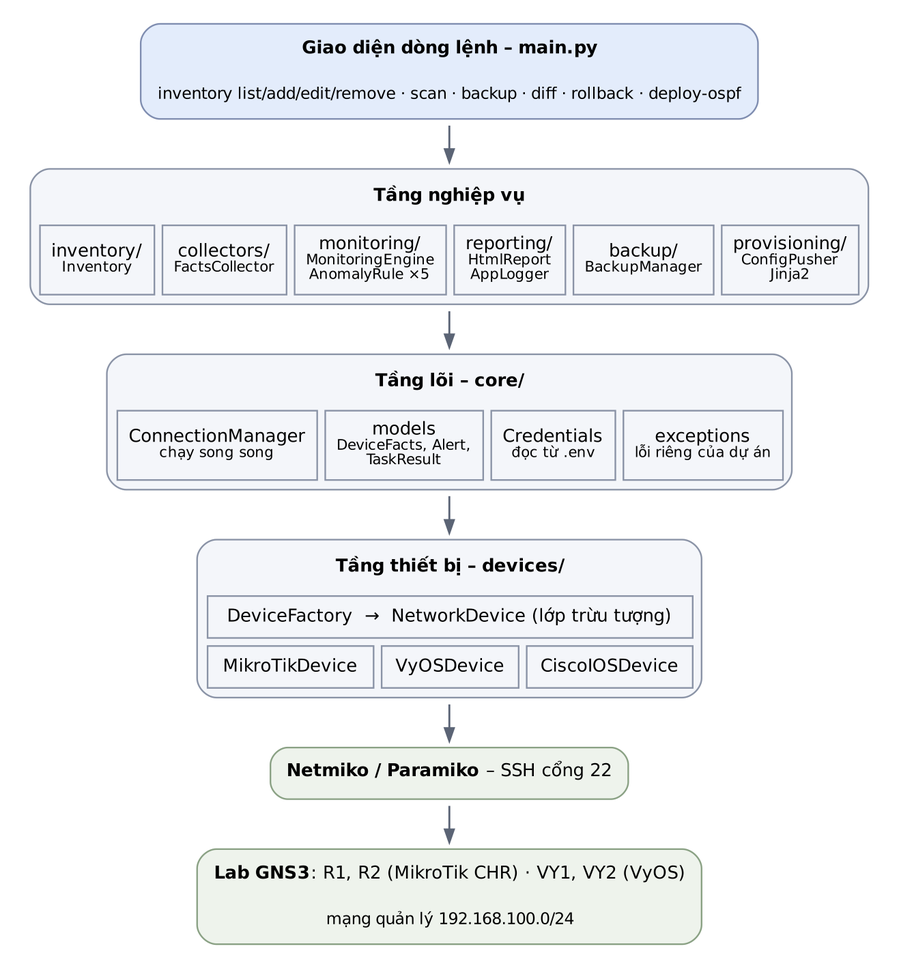
The Graphviz diagram docs/diagrams/architecture.png in nhat-thang/network-inventory-monitor, before a commit. Its source is kept beside it as docs/diagrams/architecture.dot.
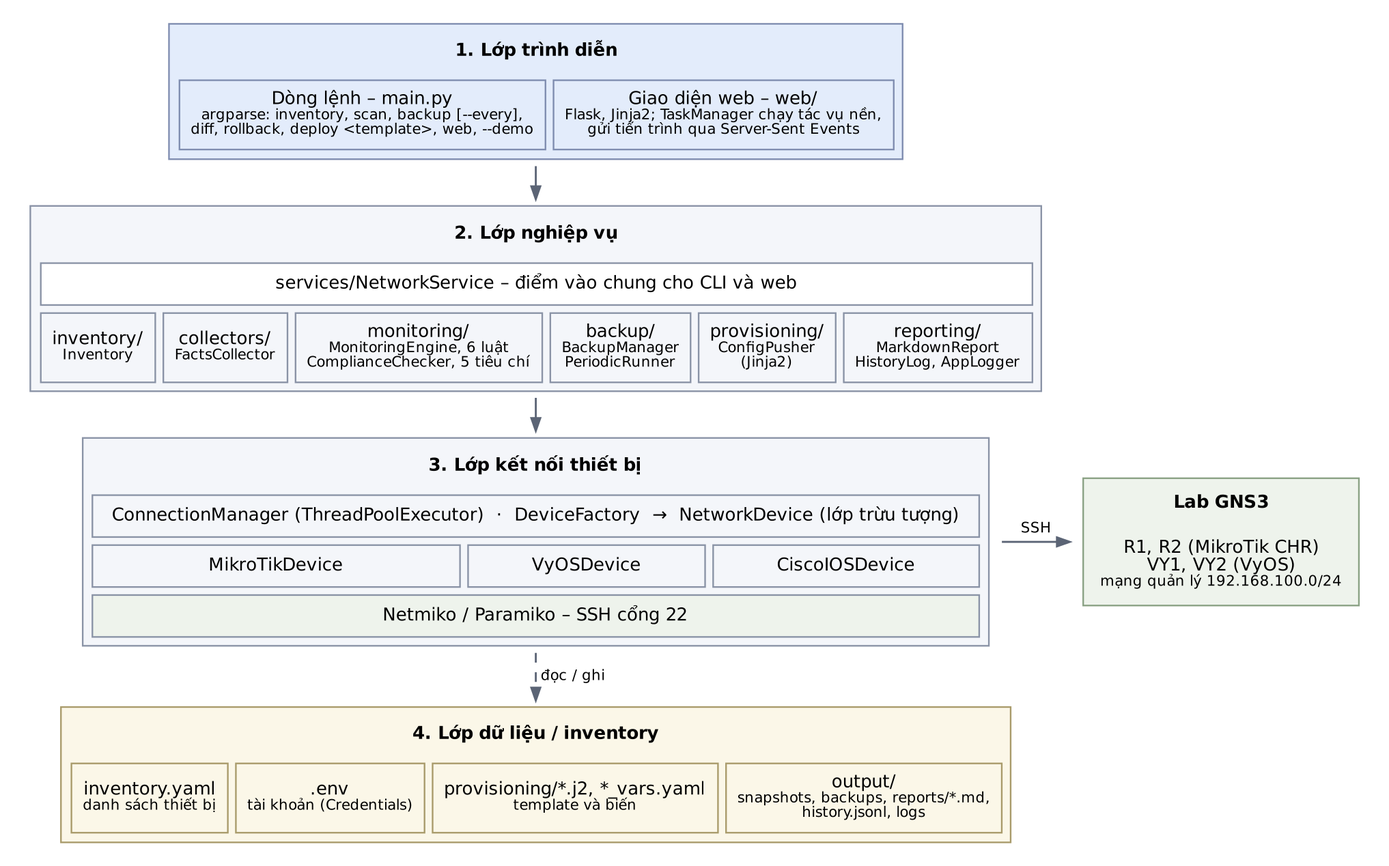
Later version of the same file.

Diff of the diagram source:
```diff
@@ -1,39 +1,41 @@
 digraph G {
-  graph [rankdir=TB, fontname="DejaVu Sans", ranksep=0.32, bgcolor="white", pad=0.15];
+  graph [rankdir=TB, fontname="DejaVu Sans", ranksep=0.28, bgcolor="white", pad=0.15];
   node  [shape=plaintext, fontname="DejaVu Sans", fontsize=11];
   edge  [color="#5b6475", arrowsize=0.8, penwidth=1.2];
 
-  cli [label=<<table border="1" cellborder="0" cellpadding="7" bgcolor="#e3ecfb" color="#7f8db0" style="rounded">
-    <tr><td><b>Giao diện dòng lệnh – main.py</b></td></tr>
-    <tr><td><font point-size="10">inventory list/add/edit/remove · scan · backup · diff · rollback · deploy-ospf</font></td></tr></table>>];
+  pres [label=<<table border="1" cellborder="1" cellspacing="5" cellpadding="6" bgcolor="#e3ecfb" color="#7f8db0">
+    <tr><td colspan="2" border="0"><b>1. Lớp trình diễn</b></td></tr>
+    <tr><td>Dòng lệnh – main.py<br/><font point-size="9">argparse: inventory, scan, backup [--every],<br/>diff, rollback, deploy &lt;template&gt;, web, --demo</font></td>
+        <td>Giao diện web – web/<br/><font point-size="9">Flask, Jinja2; TaskManager chạy tác vụ nền,<br/>gửi tiến trình qua Server-Sent Events</font></td></tr></table>>];
 
-  app [label=<<table border="1" cellborder="1" cellspacing="5" cellpadding="6" bgcolor="#f4f6fa" color="#8a93a6" style="rounded">
-    <tr><td colspan="6" border="0"><b>Tầng nghiệp vụ</b></td></tr>
+  biz [label=<<table border="1" cellborder="1" cellspacing="5" cellpadding="6" bgcolor="#f4f6fa" color="#8a93a6">
+    <tr><td colspan="6" border="0"><b>2. Lớp nghiệp vụ</b></td></tr>
+    <tr><td colspan="6" bgcolor="#ffffff">services/NetworkService – điểm vào chung cho CLI và web</td></tr>
     <tr><td>inventory/<br/><font point-size="9">Inventory</font></td>
         <td>collectors/<br/><font point-size="9">FactsCollector</font></td>
-        <td>monitoring/<br/><font point-size="9">MonitoringEngine<br/>AnomalyRule ×5</font></td>
-        <td>reporting/<br/><font point-size="9">HtmlReport<br/>AppLogger</font></td>
-        <td>backup/<br/><font point-size="9">BackupManager</font></td>
-        <td>provisioning/<br/><font point-size="9">ConfigPusher<br/>Jinja2</font></td></tr></table>>];
+        <td>monitoring/<br/><font point-size="9">MonitoringEngine, 6 luật<br/>ComplianceChecker, 5 tiêu chí</font></td>
+        <td>backup/<br/><font point-size="9">BackupManager<br/>PeriodicRunner</font></td>
+        <td>provisioning/<br/><font point-size="9">ConfigPusher<br/>(Jinja2)</font></td>
+        <td>reporting/<br/><font point-size="9">MarkdownReport<br/>HistoryLog, AppLogger</font></td></tr></table>>];
 
-  core [label=<<table border="1" cellborder="1" cellspacing="5" cellpadding="6" bgcolor="#f4f6fa" color="#8a93a6" style="rounded">
-    <tr><td colspan="4" border="0"><b>Tầng lõi – core/</b></td></tr>
-    <tr><td>ConnectionManager<br/><font point-size="9">chạy song song</font></td>
-        <td>models<br/><font point-size="9">DeviceFacts, Alert,<br/>TaskResult</font></td>
-        <td>Credentials<br/><font point-size="9">đọc từ .env</font></td>
-        <td>exceptions<br/><font point-size="9">lỗi riêng của dự án</font></td></tr></table>>];
+  conn [label=<<table border="1" cellborder="1" cellspacing="5" cellpadding="6" bgcolor="#f4f6fa" color="#8a93a6">
+    <tr><td colspan="3" border="0"><b>3. Lớp kết nối thiết bị</b></td></tr>
+    <tr><td colspan="3">ConnectionManager (ThreadPoolExecutor)  ·  DeviceFactory  →  NetworkDevice (lớp trừu tượng)</td></tr>
+    <tr><td>MikroTikDevice</td><td>VyOSDevice</td><td>CiscoIOSDevice</td></tr>
+    <tr><td colspan="3" bgcolor="#eef3ec">Netmiko / Paramiko – SSH cổng 22</td></tr></table>>];
 
-  dev [label=<<table border="1" cellborder="1" cellspacing="5" cellpadding="6" bgcolor="#f4f6fa" color="#8a93a6" style="rounded">
-    <tr><td colspan="3" border="0"><b>Tầng thiết bị – devices/</b></td></tr>
-    <tr><td colspan="3">DeviceFactory  →  NetworkDevice (lớp trừu tượng)</td></tr>
-    <tr><td>MikroTikDevice</td><td>VyOSDevice</td><td>CiscoIOSDevice</td></tr></table>>];
+  data [label=<<table border="1" cellborder="1" cellspacing="5" cellpadding="6" bgcolor="#fbf7e8" color="#a99b6b">
+    <tr><td colspan="4" border="0"><b>4. Lớp dữ liệu / inventory</b></td></tr>
+    <tr><td>inventory.yaml<br/><font point-size="9">danh sách thiết bị</font></td>
+        <td>.env<br/><font point-size="9">tài khoản (Credentials)</font></td>
+        <td>provisioning/*.j2, *_vars.yaml<br/><font point-size="9">template và biến</font></td>
+        <td>output/<br/><font point-size="9">snapshots, backups, reports/*.md,<br/>history.jsonl, logs</font></td></tr></table>>];
 
-  ssh [label=<<table border="1" cellborder="0" cellpadding="7" bgcolor="#eef3ec" color="#8aa184" style="rounded">
-    <tr><td><b>Netmiko / Paramiko</b> – SSH cổng 22</td></tr></table>>];
+  lab [label=<<table border="1" cellborder="0" cellpadding="7" bgcolor="#eef3ec" color="#8aa184">
+    <tr><td><b>Lab GNS3</b></td></tr><tr><td>R1, R2 (MikroTik CHR)<br/>VY1, VY2 (VyOS)<br/><font point-size="9">mạng quản lý 192.168.100.0/24</font></td></tr></table>>];
 
-  lab [label=<<table border="1" cellborder="0" cellpadding="7" bgcolor="#eef3ec" color="#8aa184" style="rounded">
-    <tr><td><b>Lab GNS3</b>: R1, R2 (MikroTik CHR) · VY1, VY2 (VyOS)</td></tr>
-    <tr><td><font point-size="10">mạng quản lý 192.168.100.0/24</font></td></tr></table>>];
-
-  cli -> app -> core -> dev -> ssh -> lab;
+  pres -> biz -> conn;
+  conn -> data [label=" đọc / ghi ", fontname="DejaVu Sans", fontsize=9, style=dashed];
+  conn -> lab [label=" SSH ", fontname="DejaVu Sans", fontsize=9];
+  {rank=same; conn; lab}
 }
```
